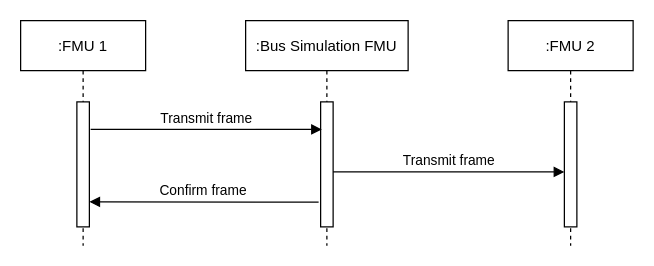
This is docs/images/can_confirmation_with_bus_simulation_fmu.drawio from modelica/fmi-ls-bus, a draw.io file, before an edit. Source tidied: cells renumbered, new cells numbered last; positions are measured from the earlier drawing's top-left corner, leaving out a move shared by most shapes. Both pictures are drawn from the tidied source at 125%, with x=0, y=0 at pixel (20, 20).
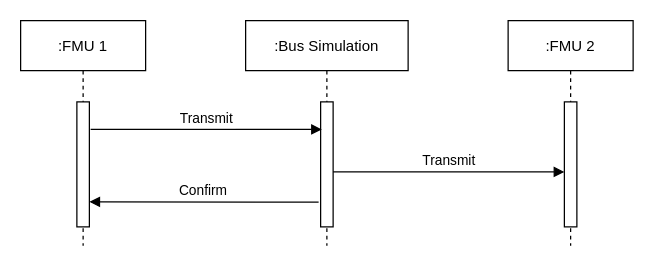
The same diagram, later.

Change to the diagram source:
```diff
@@
 <mxGraphModel>
   <root>
     <mxCell id="0" />
     <mxCell id="1" parent="0" />
     <mxCell id="2" value=":FMU 1" style="shape=umlLifeline;perimeter=lifelinePerimeter;rounded=0;shadow=0;strokeWidth=1;" parent="1" vertex="1">
       <mxGeometry width="100" height="180" as="geometry" />
     </mxCell>
     <mxCell id="3" style="perimeter=orthogonalPerimeter;rounded=0;shadow=0;strokeWidth=1;" parent="2" vertex="1">
       <mxGeometry x="45" y="65" width="10" height="100" as="geometry" />
     </mxCell>
-    <mxCell id="4" value=":Bus Simulation FMU" style="shape=umlLifeline;perimeter=lifelinePerimeter;rounded=0;shadow=0;strokeWidth=1;" parent="1" vertex="1">
+    <mxCell id="4" value=":Bus Simulation" style="shape=umlLifeline;perimeter=lifelinePerimeter;rounded=0;shadow=0;strokeWidth=1;" parent="1" vertex="1">
       <mxGeometry x="180" width="130" height="180" as="geometry" />
     </mxCell>
     <mxCell id="5" style="perimeter=orthogonalPerimeter;rounded=0;shadow=0;strokeWidth=1;" parent="4" vertex="1">
       <mxGeometry x="60" y="65" width="10" height="100" as="geometry" />
     </mxCell>
-    <mxCell id="6" value="Transmit frame" style="verticalAlign=bottom;endArrow=block;entryX=0;entryY=0;shadow=0;strokeWidth=1;" parent="4" edge="1">
+    <mxCell id="6" value="Transmit" style="verticalAlign=bottom;endArrow=block;entryX=0;entryY=0;shadow=0;strokeWidth=1;" parent="4" edge="1">
       <mxGeometry relative="1" as="geometry">
         <mxPoint x="70" y="121" as="sourcePoint" />
         <mxPoint x="255" y="121" as="targetPoint" />
       </mxGeometry>
     </mxCell>
     <mxCell id="7" value=":FMU 2" style="shape=umlLifeline;perimeter=lifelinePerimeter;rounded=0;shadow=0;strokeWidth=1;" parent="1" vertex="1">
       <mxGeometry x="390" width="100" height="180" as="geometry" />
     </mxCell>
     <mxCell id="8" style="perimeter=orthogonalPerimeter;rounded=0;shadow=0;strokeWidth=1;" parent="7" vertex="1">
       <mxGeometry x="45" y="65" width="10" height="100" as="geometry" />
     </mxCell>
-    <mxCell id="9" value="Transmit frame" style="verticalAlign=bottom;endArrow=block;entryX=0;entryY=0;shadow=0;strokeWidth=1;" parent="1" edge="1">
+    <mxCell id="9" value="Transmit" style="verticalAlign=bottom;endArrow=block;entryX=0;entryY=0;shadow=0;strokeWidth=1;" parent="1" edge="1">
       <mxGeometry relative="1" as="geometry">
         <mxPoint x="56" y="87" as="sourcePoint" />
         <mxPoint x="241" y="87" as="targetPoint" />
       </mxGeometry>
     </mxCell>
-    <mxCell id="10" value="Confirm frame" style="verticalAlign=bottom;endArrow=block;shadow=0;strokeWidth=1;exitX=-0.16;exitY=0.729;exitDx=0;exitDy=0;exitPerimeter=0;" parent="1" edge="1">
+    <mxCell id="10" value="Confirm" style="verticalAlign=bottom;endArrow=block;shadow=0;strokeWidth=1;exitX=-0.16;exitY=0.729;exitDx=0;exitDy=0;exitPerimeter=0;" parent="1" edge="1">
       <mxGeometry relative="1" as="geometry">
         <mxPoint x="238.4" y="145.2" as="sourcePoint" />
         <mxPoint x="55" y="145" as="targetPoint" />
       </mxGeometry>
     </mxCell>
   </root>
 </mxGraphModel>
```
